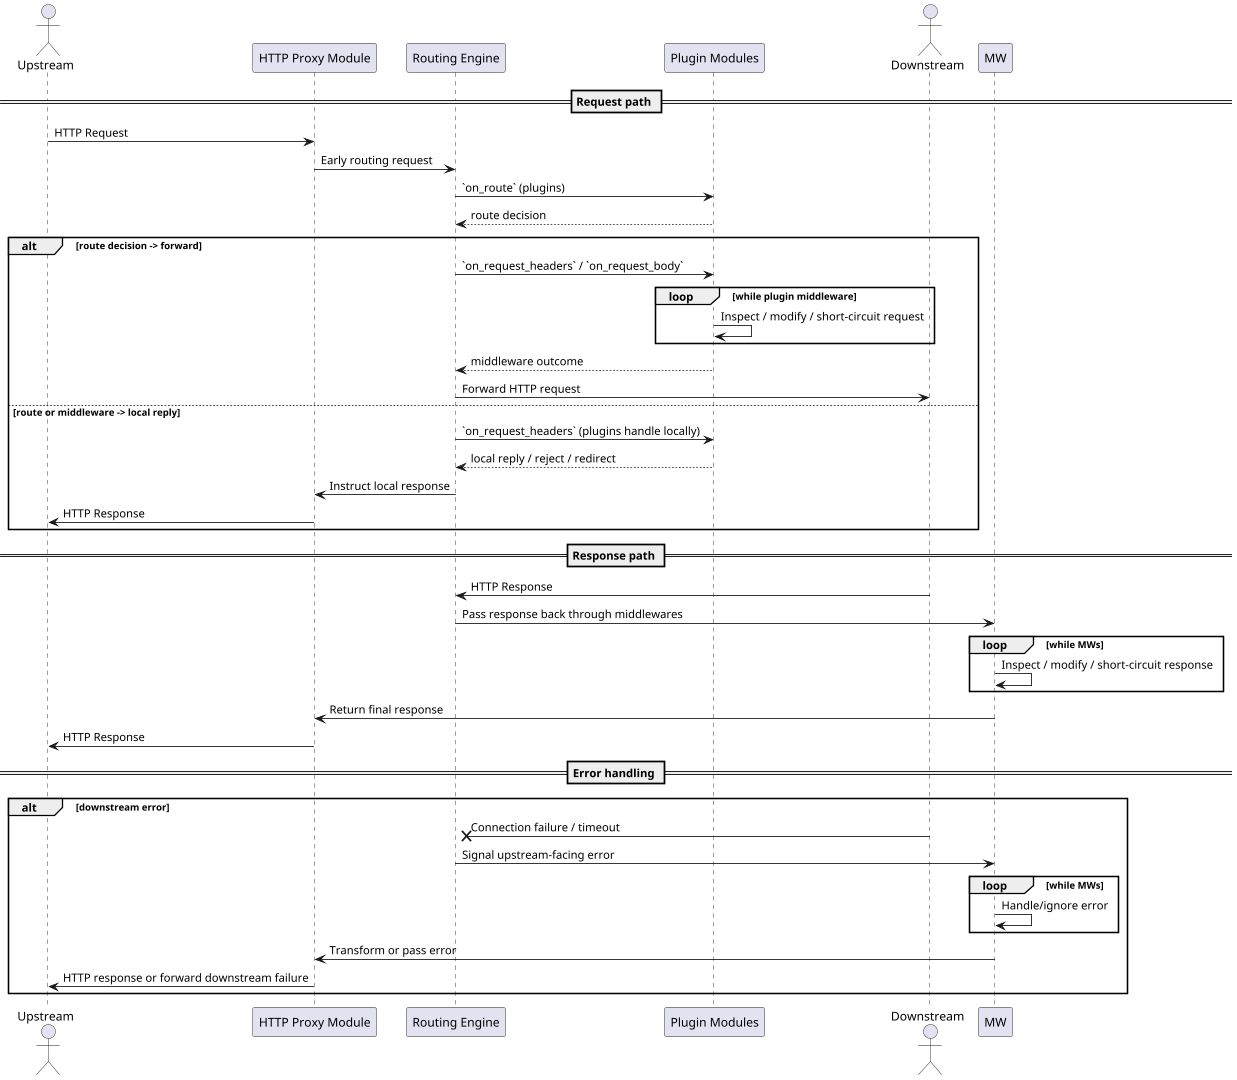
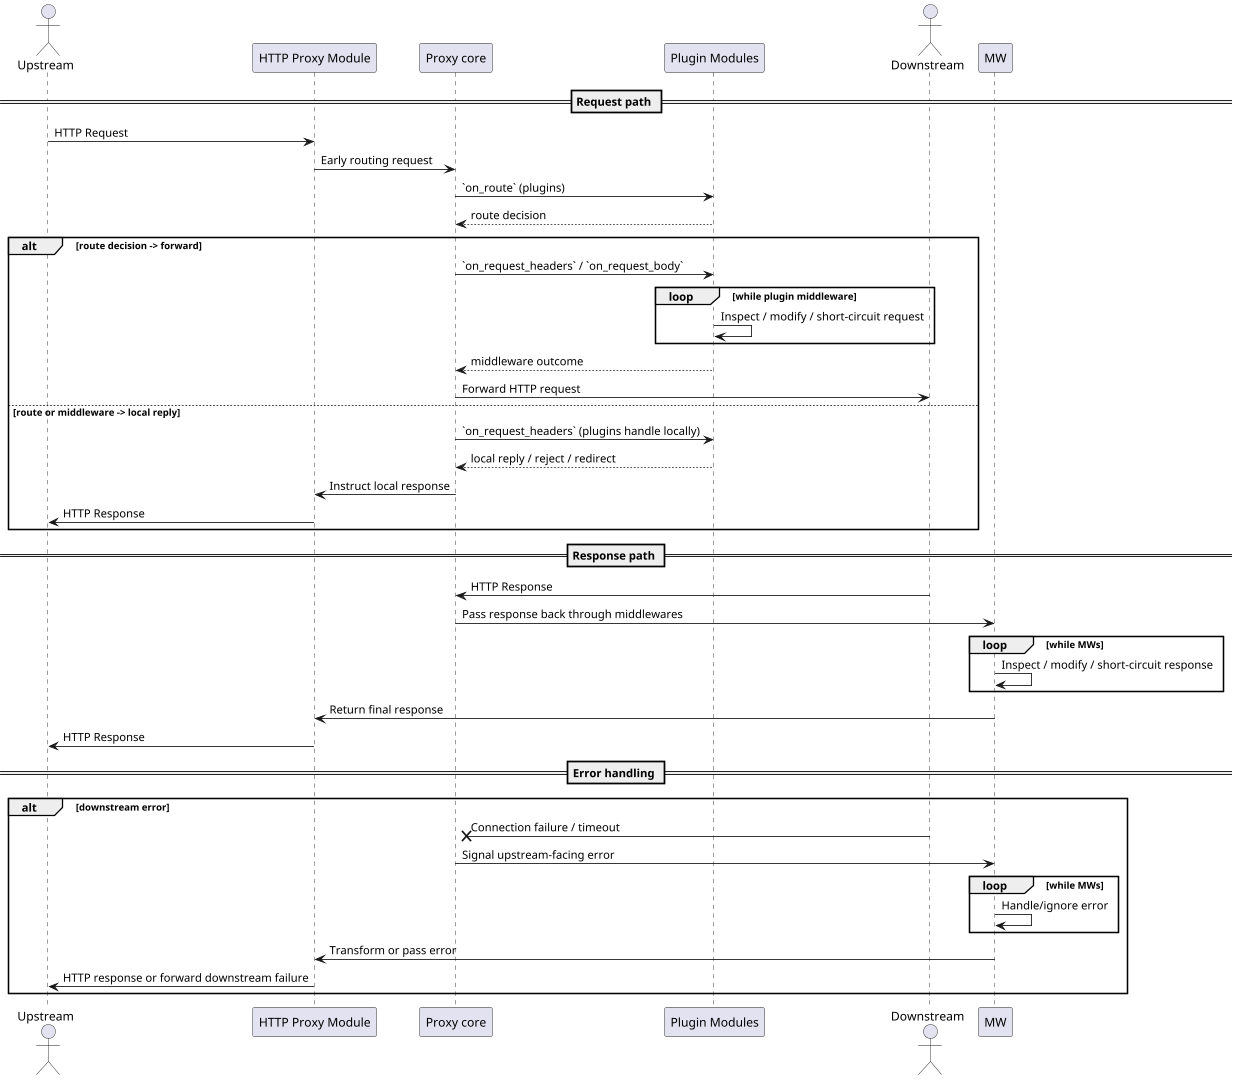
@startuml http

scale 1920*1080

actor Upstream
participant "HTTP Proxy Module" as P
- participant "Routing Engine" as R
+ participant "Proxy core" as R
participant "Plugin Modules" as PM
actor Downstream

== Request path ==
Upstream -> P : HTTP Request
P -> R : Early routing request

R -> PM : `on_route` (plugins)
PM --> R : route decision

alt route decision -> forward
    R -> PM : `on_request_headers` / `on_request_body`
    loop while plugin middleware
        PM -> PM : Inspect / modify / short-circuit request
    end
    PM --> R : middleware outcome
    R -> Downstream : Forward HTTP request
else route or middleware -> local reply
    R -> PM : `on_request_headers` (plugins handle locally)
    PM --> R : local reply / reject / redirect
    R -> P : Instruct local response
    P -> Upstream : HTTP Response
end

== Response path ==
Downstream -> R : HTTP Response
R -> MW : Pass response back through middlewares

loop while MWs
    MW -> MW : Inspect / modify / short-circuit response
end

MW -> P : Return final response
P -> Upstream : HTTP Response

== Error handling ==
alt downstream error
    Downstream ->x R : Connection failure / timeout
    R -> MW : Signal upstream-facing error
    loop while MWs
        MW -> MW : Handle/ignore error
    end
    MW -> P : Transform or pass error
    P -> Upstream : HTTP response or forward downstream failure
end

@enduml
